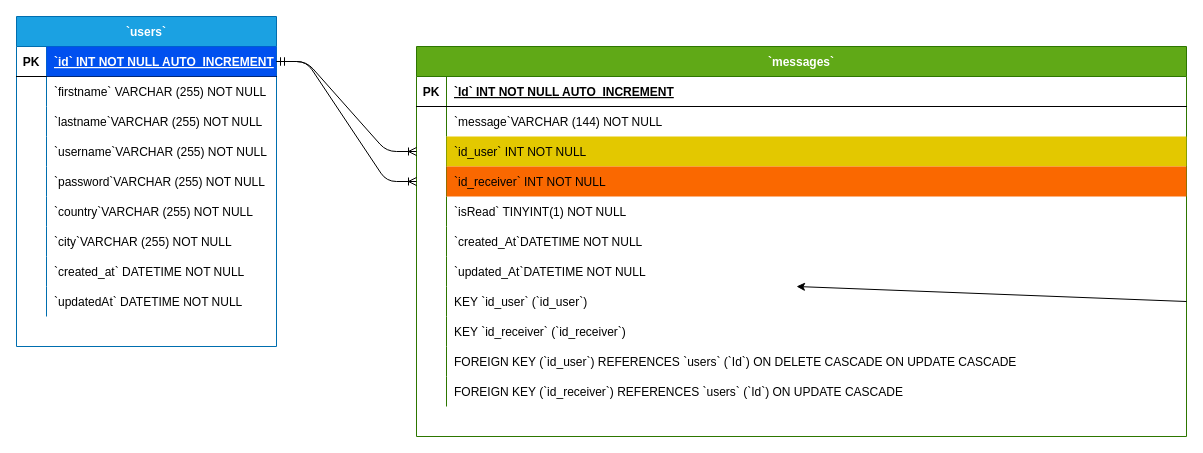
This is src/queries/diagram/EER.drawio from MarcosFaggiano/back_end_Tp_Final, a draw.io file, before an edit. Source tidied: cells renumbered, new cells numbered last; positions are measured from the earlier drawing's top-left corner, leaving out a move shared by most shapes. Both pictures are drawn from the tidied source at 100%, with x=0, y=0 at pixel (16, 16).
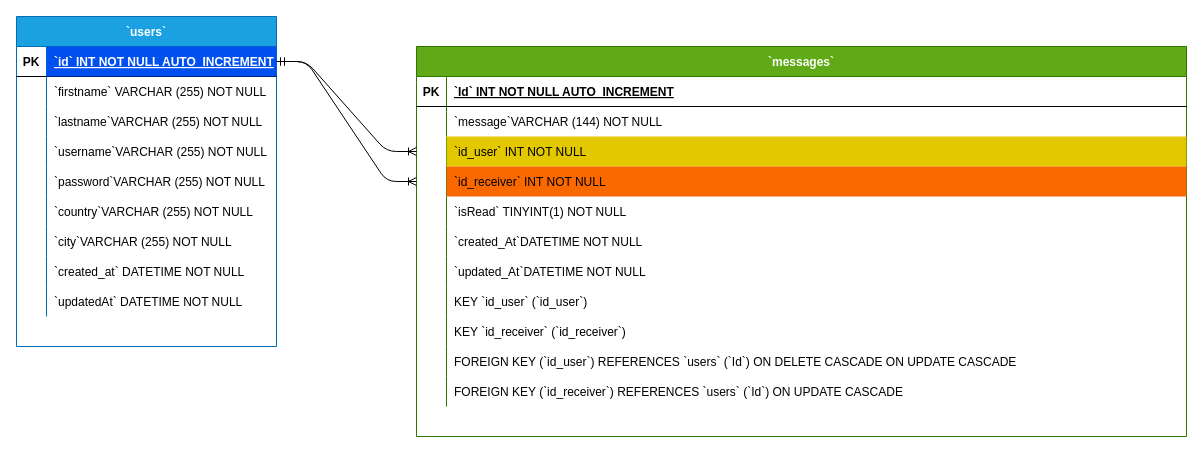
The same page after the edit.

Unchanged cells that the change refers to:
```xml
<mxCell id="52" style="shape=partialRectangle;fillColor=none;points=[[0,0.5],[1,0.5]];portConstraint=eastwest;top=0;left=0;right=0;bottom=0;" parent="30" vertex="1">
  <mxGeometry y="240" width="770" height="30" as="geometry" />
</mxCell>
```

Diff of the diagram source:
```diff
@@
-    <mxCell id="66" style="edgeStyle=none;html=1;exitX=1;exitY=0.5;exitDx=0;exitDy=0;" parent="1" edge="1" source="52">
-      <mxGeometry relative="1" as="geometry">
-        <mxPoint x="780" y="270" as="targetPoint" />
-      </mxGeometry>
-    </mxCell>
```
